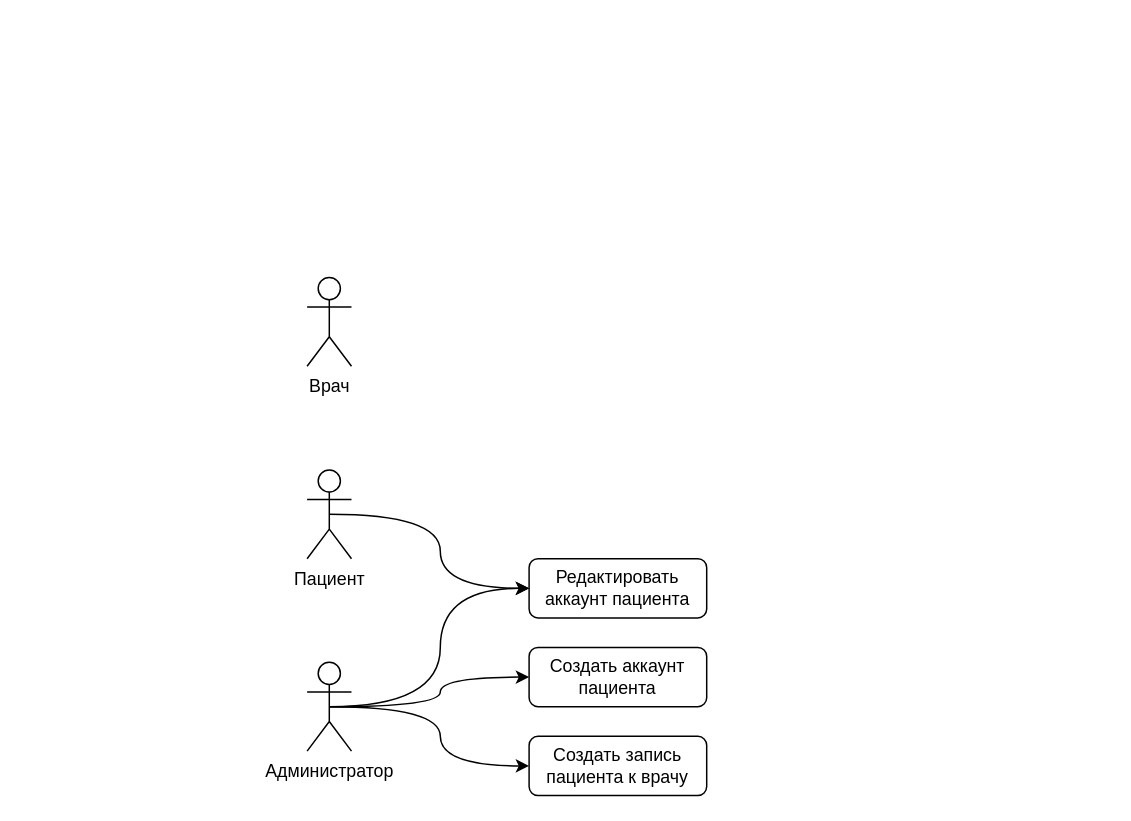
Above: use case.drawio in arturyumaev/Bachelor-Diploma-Docs (draw.io), before the change. Source tidied: cells renumbered, new cells numbered last; positions are measured from the earlier drawing's top-left corner, leaving out a move shared by most shapes. Both pictures are drawn from the tidied source at 148%, with x=0, y=0 at pixel (306, 277).
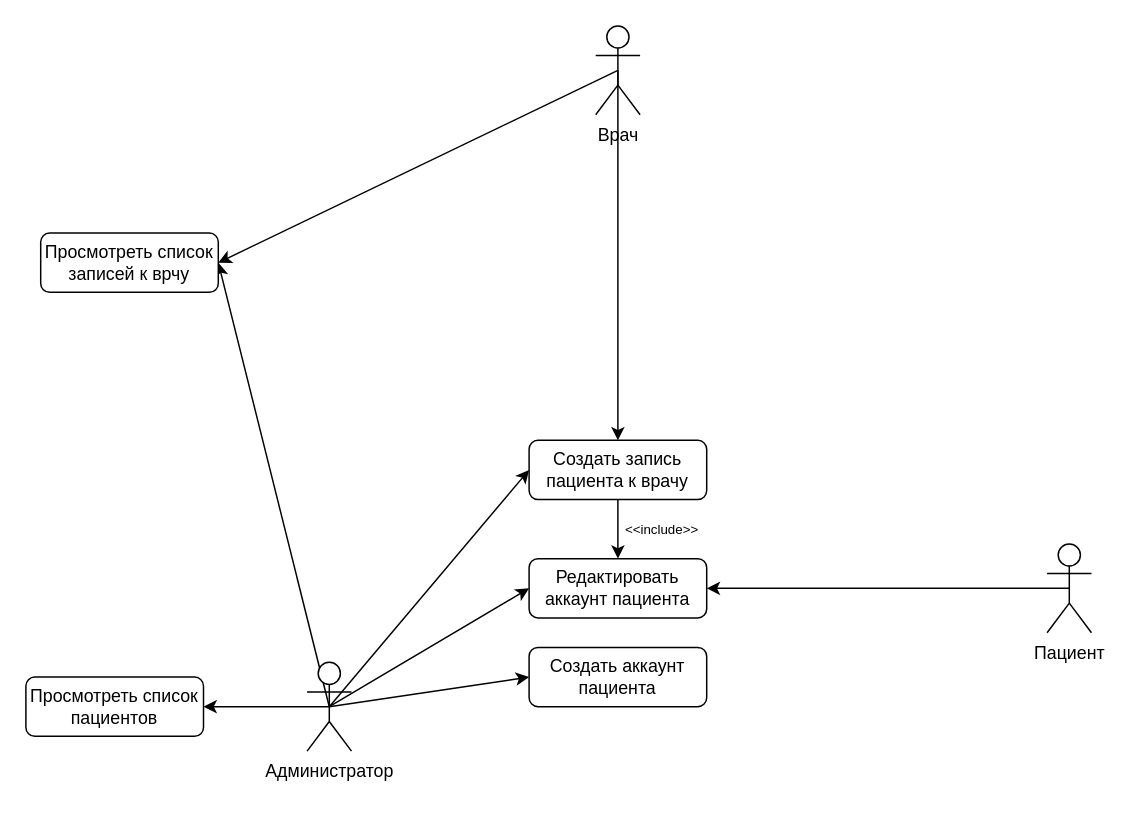
The same diagram, later.

What changed in the source:
```diff
@@
 <mxGraphModel>
   <root>
     <mxCell id="0" />
     <mxCell id="1" parent="0" />
+    <mxCell id="12" style="rounded=0;jettySize=auto;html=1;exitX=0.5;exitY=0.5;exitDx=0;exitDy=0;exitPerimeter=0;entryX=0.5;entryY=0;entryDx=0;entryDy=0;" parent="1" edge="1" source="2" target="10">
+      <mxGeometry relative="1" as="geometry" />
+    </mxCell>
+    <mxCell id="13" style="edgeStyle=none;rounded=0;jettySize=auto;html=1;exitX=0.5;exitY=0.5;exitDx=0;exitDy=0;exitPerimeter=0;entryX=1;entryY=0.5;entryDx=0;entryDy=0;" parent="1" edge="1" source="2" target="19">
+      <mxGeometry relative="1" as="geometry" />
+    </mxCell>
     <mxCell id="2" value="Врач" style="shape=umlActor;verticalLabelPosition=bottom;verticalAlign=top;html=1;outlineConnect=0;" parent="1" vertex="1">
-      <mxGeometry width="30" height="60" as="geometry" />
+      <mxGeometry x="195" y="-170" width="30" height="60" as="geometry" />
     </mxCell>
-    <mxCell id="3" style="edgeStyle=orthogonalEdgeStyle;curved=1;rounded=0;jettySize=auto;html=1;exitX=0.5;exitY=0.5;exitDx=0;exitDy=0;exitPerimeter=0;entryX=0;entryY=0.5;entryDx=0;entryDy=0;" parent="1" edge="1" source="4" target="11">
+    <mxCell id="3" style="edgeStyle=orthogonalEdgeStyle;curved=1;rounded=0;jettySize=auto;html=1;exitX=0.5;exitY=0.5;exitDx=0;exitDy=0;exitPerimeter=0;entryX=1;entryY=0.5;entryDx=0;entryDy=0;" parent="1" edge="1" source="4" target="11">
       <mxGeometry relative="1" as="geometry" />
     </mxCell>
     <mxCell id="4" value="Пациент" style="shape=umlActor;verticalLabelPosition=bottom;verticalAlign=top;html=1;outlineConnect=0;" parent="1" vertex="1">
-      <mxGeometry y="130" width="30" height="60" as="geometry" />
+      <mxGeometry x="500" y="180" width="30" height="60" as="geometry" />
     </mxCell>
-    <mxCell id="5" style="edgeStyle=orthogonalEdgeStyle;curved=1;rounded=0;jettySize=auto;html=1;exitX=0.5;exitY=0.5;exitDx=0;exitDy=0;exitPerimeter=0;entryX=0;entryY=0.5;entryDx=0;entryDy=0;" parent="1" edge="1" source="8" target="11">
+    <mxCell id="5" style="rounded=0;jettySize=auto;html=1;exitX=0.5;exitY=0.5;exitDx=0;exitDy=0;exitPerimeter=0;entryX=0;entryY=0.5;entryDx=0;entryDy=0;" parent="1" edge="1" source="8" target="11">
       <mxGeometry relative="1" as="geometry" />
     </mxCell>
-    <mxCell id="6" style="edgeStyle=orthogonalEdgeStyle;curved=1;rounded=0;jettySize=auto;html=1;exitX=0.5;exitY=0.5;exitDx=0;exitDy=0;exitPerimeter=0;entryX=0;entryY=0.5;entryDx=0;entryDy=0;" parent="1" edge="1" source="8" target="9">
+    <mxCell id="6" style="rounded=0;jettySize=auto;html=1;exitX=0.5;exitY=0.5;exitDx=0;exitDy=0;exitPerimeter=0;entryX=0;entryY=0.5;entryDx=0;entryDy=0;" parent="1" edge="1" source="8" target="9">
       <mxGeometry relative="1" as="geometry" />
     </mxCell>
-    <mxCell id="7" style="edgeStyle=orthogonalEdgeStyle;curved=1;rounded=0;jettySize=auto;html=1;exitX=0.5;exitY=0.5;exitDx=0;exitDy=0;exitPerimeter=0;entryX=0;entryY=0.5;entryDx=0;entryDy=0;" parent="1" edge="1" source="8" target="10">
+    <mxCell id="7" style="rounded=0;jettySize=auto;html=1;exitX=0.5;exitY=0.5;exitDx=0;exitDy=0;exitPerimeter=0;entryX=0;entryY=0.5;entryDx=0;entryDy=0;" parent="1" edge="1" source="8" target="10">
       <mxGeometry relative="1" as="geometry" />
     </mxCell>
+    <mxCell id="14" style="edgeStyle=none;rounded=0;jettySize=auto;html=1;exitX=0.5;exitY=0.5;exitDx=0;exitDy=0;exitPerimeter=0;entryX=1;entryY=0.5;entryDx=0;entryDy=0;" parent="1" edge="1" source="8" target="18">
+      <mxGeometry relative="1" as="geometry" />
+    </mxCell>
+    <mxCell id="15" style="edgeStyle=none;rounded=0;jettySize=auto;html=1;exitX=0.5;exitY=0.5;exitDx=0;exitDy=0;exitPerimeter=0;entryX=1;entryY=0.5;entryDx=0;entryDy=0;" parent="1" edge="1" source="8" target="19">
+      <mxGeometry relative="1" as="geometry" />
+    </mxCell>
     <mxCell id="8" value="Администратор" style="shape=umlActor;verticalLabelPosition=bottom;verticalAlign=top;html=1;outlineConnect=0;" parent="1" vertex="1">
       <mxGeometry y="260" width="30" height="60" as="geometry" />
     </mxCell>
     <mxCell id="9" value="Создать аккаунт пациента" style="rounded=1;whiteSpace=wrap;html=1;" parent="1" vertex="1">
       <mxGeometry x="150" y="250" width="120" height="40" as="geometry" />
     </mxCell>
+    <mxCell id="16" style="edgeStyle=none;rounded=0;jettySize=auto;html=1;exitX=0.5;exitY=1;exitDx=0;exitDy=0;entryX=0.5;entryY=0;entryDx=0;entryDy=0;" parent="1" edge="1" source="10" target="11">
+      <mxGeometry relative="1" as="geometry" />
+    </mxCell>
     <mxCell id="10" value="Создать запись пациента к врачу" style="rounded=1;whiteSpace=wrap;html=1;" parent="1" vertex="1">
-      <mxGeometry x="150" y="310" width="120" height="40" as="geometry" />
+      <mxGeometry x="150" y="110" width="120" height="40" as="geometry" />
     </mxCell>
     <mxCell id="11" value="Редактировать аккаунт пациента" style="rounded=1;whiteSpace=wrap;html=1;" parent="1" vertex="1">
       <mxGeometry x="150" y="190" width="120" height="40" as="geometry" />
     </mxCell>
+    <mxCell id="17" value="&lt;font style=&quot;font-size: 9px&quot;&gt;&amp;lt;&amp;lt;include&amp;gt;&amp;gt;&lt;/font&gt;" style="text;html=1;strokeColor=none;fillColor=none;align=center;verticalAlign=middle;whiteSpace=wrap;rounded=0;" parent="1" vertex="1">
+      <mxGeometry x="220" y="160" width="40" height="20" as="geometry" />
+    </mxCell>
+    <mxCell id="18" value="Просмотреть список пациентов" style="rounded=1;whiteSpace=wrap;html=1;" parent="1" vertex="1">
+      <mxGeometry x="-190" y="270" width="120" height="40" as="geometry" />
+    </mxCell>
+    <mxCell id="19" value="Просмотреть список записей к врчу" style="rounded=1;whiteSpace=wrap;html=1;" parent="1" vertex="1">
+      <mxGeometry x="-180" y="-30" width="120" height="40" as="geometry" />
+    </mxCell>
   </root>
 </mxGraphModel>
```
